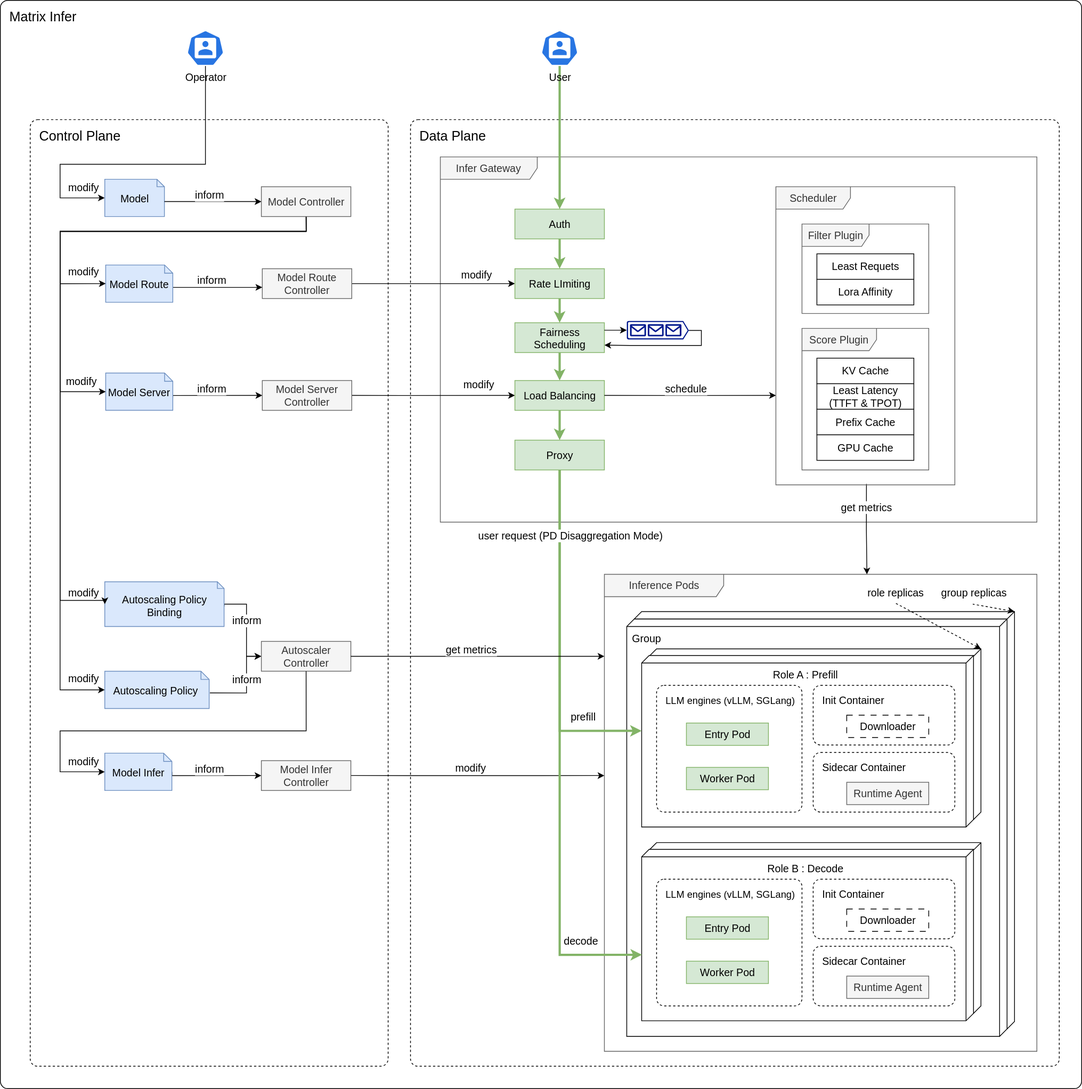
Before: docs/matrixinfer/static/img/diagrams/architecture/architecture_overview.svg, a diagram exported from draw.io (matrixinfer-ai/kthena). Source tidied: cells renumbered, new cells last; positions are measured from the earlier drawing's top-left corner, leaving out a move shared by most shapes.
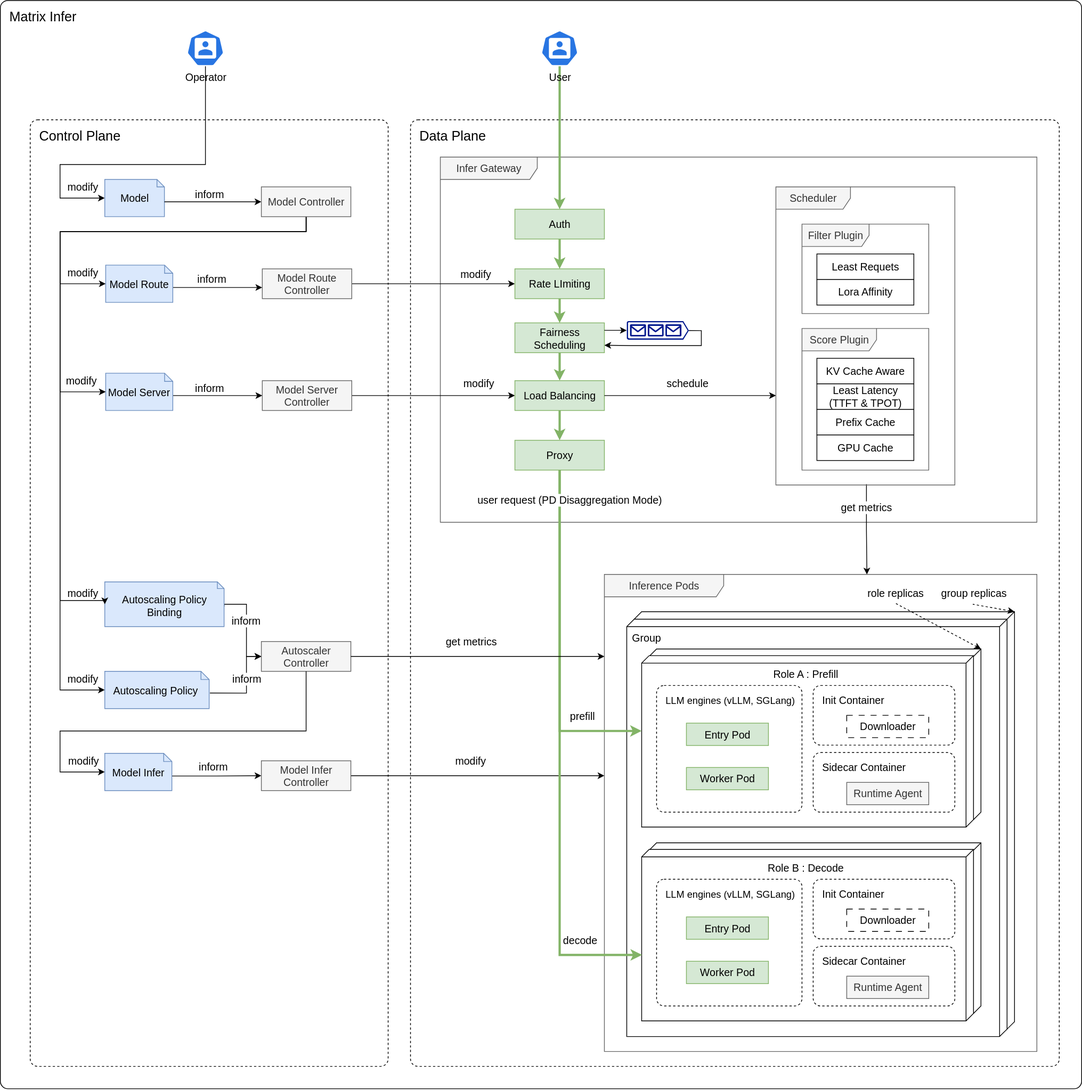
After the change.

Commit message:
update arch diagram

What changed in the source:
```diff
@@ -162,7 +162,7 @@
     </mxCell>
     <mxCell id="46" value="inform" style="edgeLabel;html=1;align=center;verticalAlign=middle;fontSize=14;" parent="45" vertex="1">
       <mxGeometry x="0.02" y="3" relative="1" as="geometry">
-        <mxPoint x="-9" y="-7" as="offset" />
+        <mxPoint x="-11" y="-7" as="offset" />
       </mxGeometry>
     </mxCell>
     <mxCell id="47" value="Model Server" style="shape=note2;boundedLbl=1;whiteSpace=wrap;html=1;size=11;verticalAlign=top;align=center;fillColor=#dae8fc;strokeColor=#6c8ebf;fontSize=14;" parent="1" vertex="1">
@@ -175,7 +175,7 @@
     </mxCell>
     <mxCell id="49" value="&lt;font&gt;modify&lt;/font&gt;" style="edgeLabel;html=1;align=center;verticalAlign=middle;fontSize=14;" parent="48" vertex="1">
       <mxGeometry x="-0.38" y="-3" relative="1" as="geometry">
-        <mxPoint x="54" y="-14" as="offset" />
+        <mxPoint x="54" y="-23" as="offset" />
       </mxGeometry>
     </mxCell>
     <mxCell id="50" style="edgeStyle=orthogonalEdgeStyle;rounded=0;jettySize=auto;html=1;exitX=0.5;exitY=1;exitDx=0;exitDy=0;entryX=0;entryY=1;entryDx=0;entryDy=0;fontSize=14;" parent="1" edge="1" source="75">
@@ -286,7 +286,7 @@
     </mxCell>
     <mxCell id="68" value="user request (PD Disaggregation Mode)" style="edgeLabel;html=1;align=center;verticalAlign=middle;fontSize=14;" parent="67" vertex="1">
       <mxGeometry x="0.25" relative="1" as="geometry">
-        <mxPoint x="13" y="-200" as="offset" />
+        <mxPoint x="13" y="-247" as="offset" />
       </mxGeometry>
     </mxCell>
     <mxCell id="69" value="&lt;font&gt;prefill&lt;/font&gt;" style="edgeLabel;html=1;align=center;verticalAlign=middle;fontSize=14;" parent="67" vertex="1">
@@ -321,18 +321,12 @@
     <mxCell id="75" value="Model Controller" style="fontStyle=0;html=1;whiteSpace=wrap;fillColor=#f5f5f5;fontColor=#333333;strokeColor=#666666;fontSize=14;" parent="1" vertex="1">
       <mxGeometry x="350" y="250" width="120" height="40" as="geometry" />
     </mxCell>
-    <mxCell id="76" style="edgeStyle=orthogonalEdgeStyle;rounded=0;jettySize=auto;html=1;exitX=1;exitY=1;exitDx=0;exitDy=0;entryX=0;entryY=0.5;entryDx=0;entryDy=0;fontSize=14;" parent="1" edge="1" target="79">
-      <mxGeometry relative="1" as="geometry">
-        <mxPoint x="230" y="1035" as="sourcePoint" />
-        <Array as="points">
-          <mxPoint x="240" y="1040" />
-          <mxPoint x="360" y="1040" />
-        </Array>
-      </mxGeometry>
+    <mxCell id="76" style="edgeStyle=orthogonalEdgeStyle;rounded=0;jettySize=auto;html=1;exitX=0;exitY=0;exitDx=90;exitDy=30.5;entryX=0;entryY=0.5;entryDx=0;entryDy=0;fontSize=14;exitPerimeter=0;" parent="1" edge="1" source="78" target="79">
+      <mxGeometry relative="1" as="geometry" />
     </mxCell>
     <mxCell id="77" value="inform" style="edgeLabel;html=1;align=center;verticalAlign=middle;fontSize=14;" parent="76" vertex="1">
       <mxGeometry y="-2" relative="1" as="geometry">
-        <mxPoint x="-8" y="-12" as="offset" />
+        <mxPoint x="-7" y="-13" as="offset" />
       </mxGeometry>
     </mxCell>
     <mxCell id="78" value="Model Infer" style="shape=note2;boundedLbl=1;whiteSpace=wrap;html=1;size=11;verticalAlign=top;align=center;fillColor=#dae8fc;strokeColor=#6c8ebf;fontSize=14;" parent="1" vertex="1">
@@ -383,7 +377,7 @@
     </mxCell>
     <mxCell id="90" value="schedule" style="edgeLabel;html=1;align=center;verticalAlign=middle;fontSize=14;" parent="89" vertex="1">
       <mxGeometry x="-0.11" y="-1" relative="1" as="geometry">
-        <mxPoint x="5" y="-11" as="offset" />
+        <mxPoint x="7" y="-17" as="offset" />
       </mxGeometry>
     </mxCell>
     <mxCell id="91" style="group;fontSize=14;" parent="1" vertex="1">
@@ -417,7 +411,7 @@
     </mxCell>
     <mxCell id="98" value="get metrics" style="edgeLabel;html=1;align=center;verticalAlign=middle;fontSize=14;" parent="97" vertex="1">
       <mxGeometry x="-0.33" y="-2" relative="1" as="geometry">
-        <mxPoint x="46" y="-12" as="offset" />
+        <mxPoint x="46" y="-22" as="offset" />
       </mxGeometry>
     </mxCell>
     <mxCell id="99" value="Score Plugin" style="shape=umlFrame;whiteSpace=wrap;html=1;width=100;height=30;fillColor=#f5f5f5;fontColor=#333333;strokeColor=#666666;fontSize=14;" parent="1" vertex="1">
@@ -438,7 +432,7 @@
     <mxCell id="104" style="group;" parent="1" vertex="1">
       <mxGeometry x="1095" y="480" width="130" height="137.1" as="geometry" />
     </mxCell>
-    <mxCell id="105" value="KV Cache" style="fontStyle=0;html=1;whiteSpace=wrap;fontSize=14;" parent="104" vertex="1">
+    <mxCell id="105" value="KV Cache Aware" style="fontStyle=0;html=1;whiteSpace=wrap;fontSize=14;" parent="104" vertex="1">
       <mxGeometry width="130" height="34.3" as="geometry" />
     </mxCell>
     <mxCell id="106" value="Least Latency&lt;div&gt;(TTFT &amp;amp; TPOT)&lt;/div&gt;" style="fontStyle=0;html=1;whiteSpace=wrap;fontSize=14;" parent="104" vertex="1">
```
